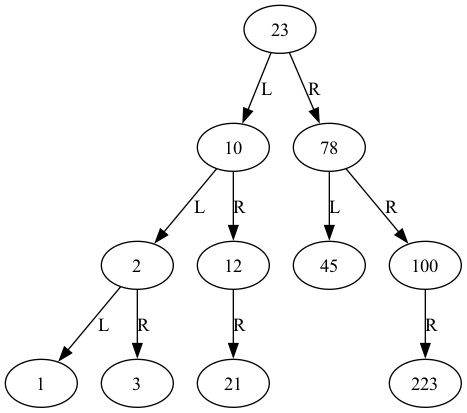
Earlier version of the Graphviz export ASp2/output.png (Mario263/ece-522-project). Its source is kept beside it as ASp2/output.dot.
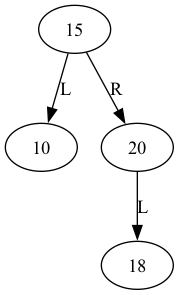
The same diagram one commit later.

Diff of the diagram source:
```diff
@@ -1,12 +1,5 @@
 digraph AVLTree {
-    23 -> 10 [label="L"];
-    10 -> 2 [label="L"];
-    2 -> 1 [label="L"];
-    2 -> 3 [label="R"];
-    10 -> 12 [label="R"];
-    12 -> 21 [label="R"];
-    23 -> 78 [label="R"];
-    78 -> 45 [label="L"];
-    78 -> 100 [label="R"];
-    100 -> 223 [label="R"];
+    15 -> 10 [label="L"];
+    15 -> 20 [label="R"];
+    20 -> 18 [label="L"];
 }
```
